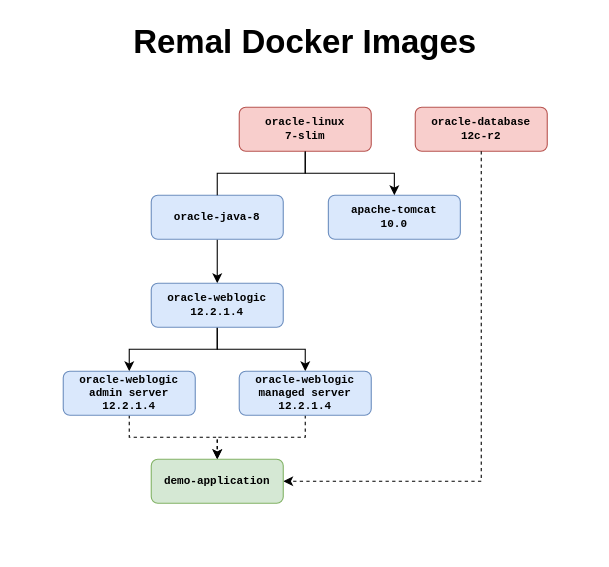
This is docker-images.drawio from zappee/docker-images, a draw.io file, before an edit. Source tidied: cells renumbered, new cells numbered last; positions are measured from the earlier drawing's top-left corner, leaving out a move shared by most shapes. Both pictures are drawn from the tidied source at 110%, with x=0, y=0 at pixel (19, 19).
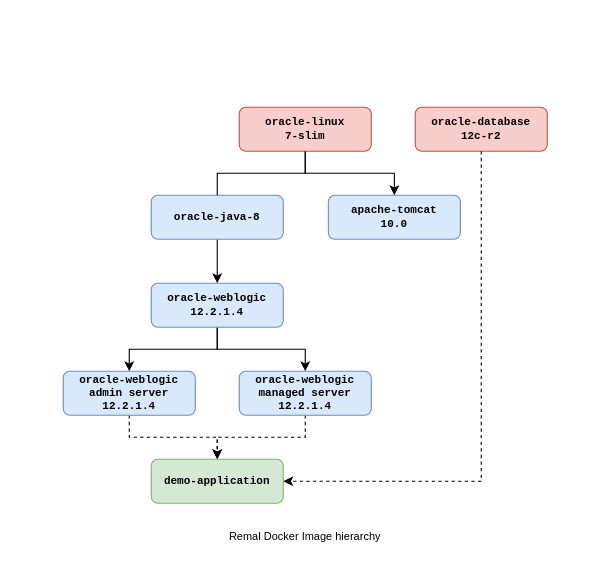
The same diagram, later.

Commit message (it also covers changes not shown here):
update index page

The edit, as a diff of the source:
```diff
@@
-    <mxCell id="7" value="Remal Docker Images" style="text;html=1;strokeColor=none;fillColor=none;align=center;verticalAlign=middle;whiteSpace=wrap;rounded=0;fontFamily=Helvetica;fontSize=30;fontStyle=1;" parent="1" vertex="1">
-      <mxGeometry width="520" height="40" as="geometry" />
+    <mxCell id="7" value="Remal Docker Image hierarchy" style="text;html=1;strokeColor=none;fillColor=none;align=center;verticalAlign=middle;whiteSpace=wrap;rounded=0;fontFamily=Helvetica;fontSize=10;fontStyle=0;" parent="1" vertex="1">
+      <mxGeometry x="40" y="460" width="440" height="20" as="geometry" />
     </mxCell>
```
